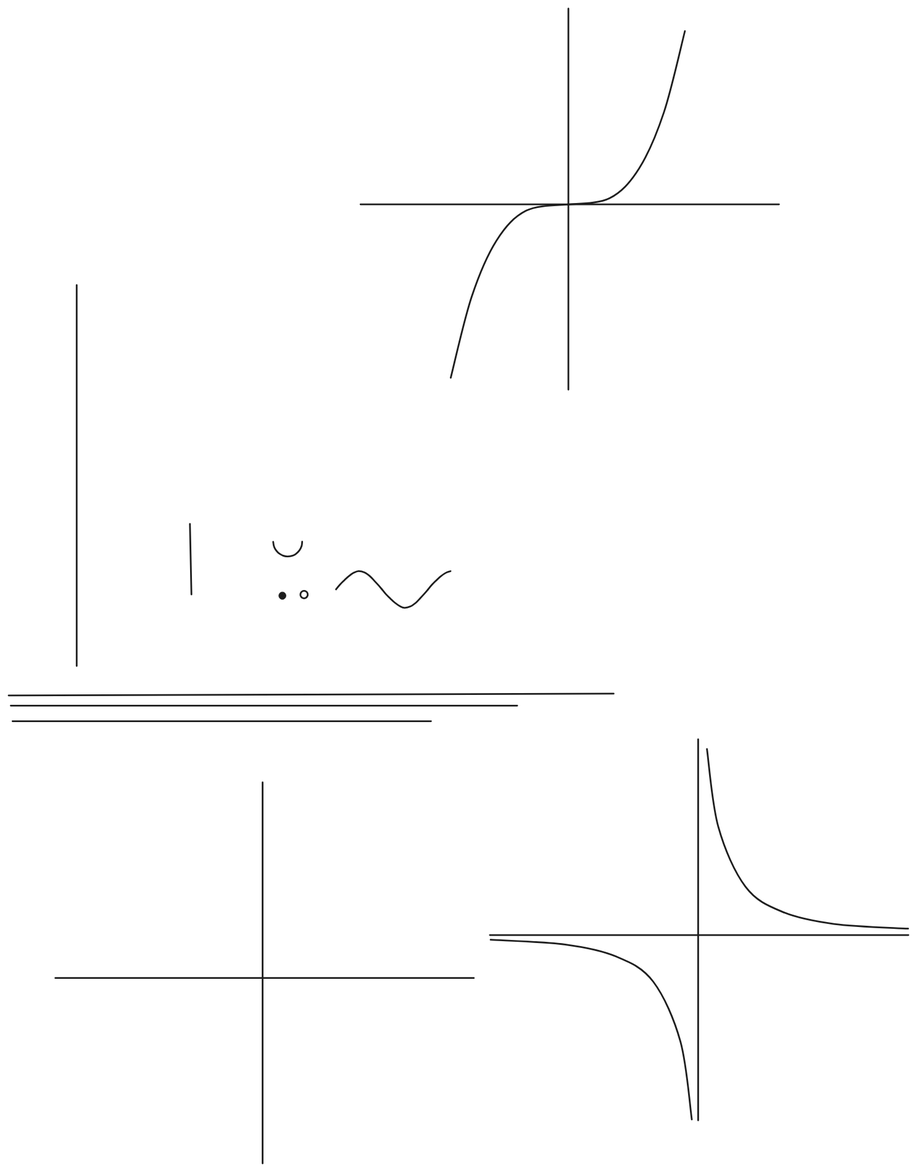
The Excalidraw diagram content/assets/aaa.excalidraw.svg in starlitriver/starlitriver.github.io, before a commit. Source tidied: one line per element, renumbered; positions are measured from the earlier drawing's top-left corner, leaving out a move shared by most shapes.
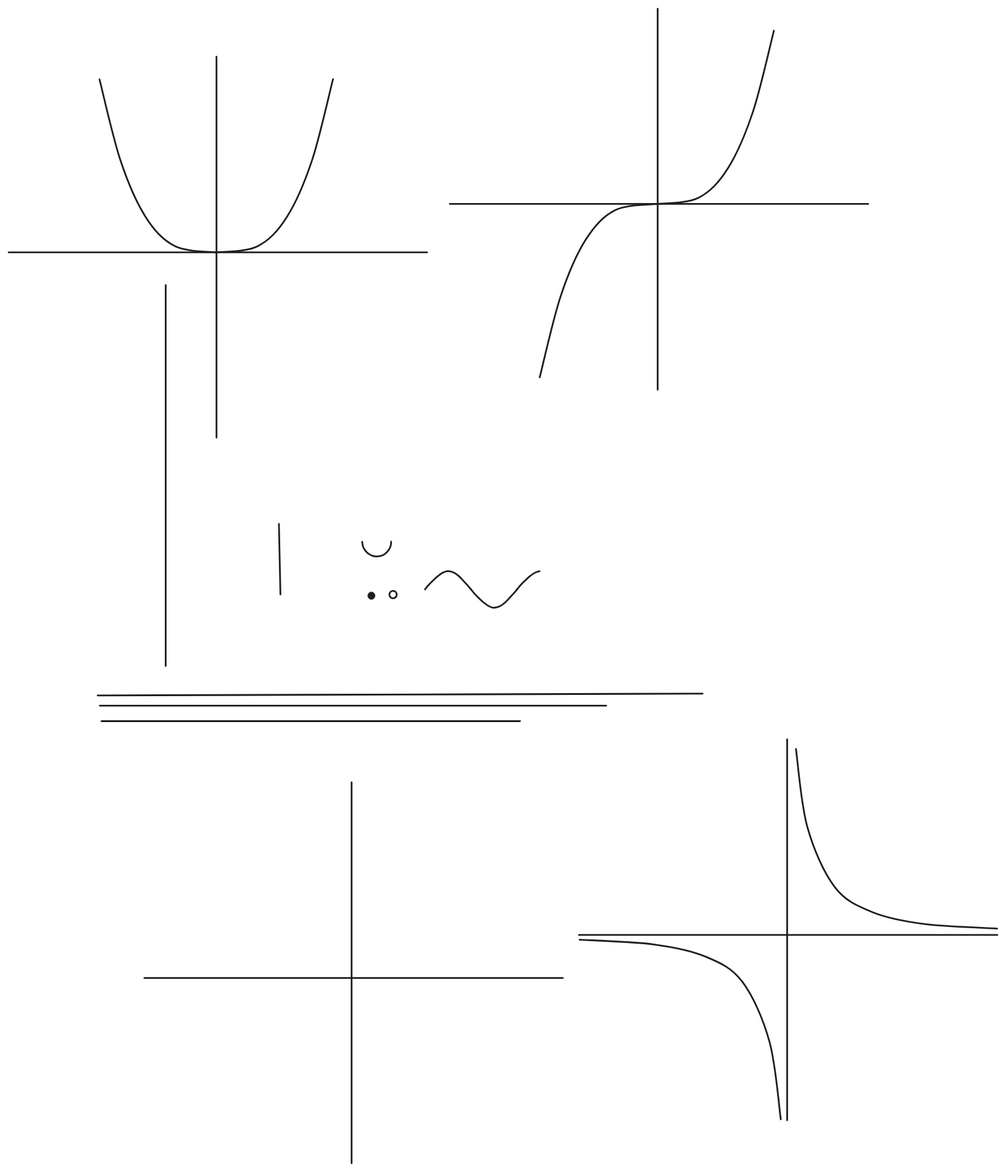
After the commit.

Change to the diagram source:
```diff
@@ -11,11 +11,15 @@
 {"id": 10, "type": "line", "strokeColor": "#1e1e1e", "strokeWidth": 2, "roughness": 0, "round": true, "x": 294, "y": 895, "width": 0, "height": 441, "points": [[0, 0], [0, 441]]}
 {"id": 11, "type": "line", "strokeColor": "#1e1e1e", "strokeWidth": 2, "roughness": 0, "round": true, "x": 54, "y": 1122, "width": 484, "height": 0, "points": [[0, 0], [484, 0]]}
 {"id": 12, "type": "line", "strokeColor": "#1e1e1e", "strokeWidth": 2, "roughness": 0, "round": true, "x": 648, "y": 0, "width": 0, "height": 441, "points": [[0, 0], [0, 441]]}
-{"id": 13, "type": "line", "strokeColor": "#1e1e1e", "strokeWidth": 2, "roughness": 0, "round": true, "x": 407, "y": 226, "width": 484, "height": 0, "points": [[0, 0], [484, 0]]}
+{"id": 13, "type": "line", "strokeColor": "#1e1e1e", "strokeWidth": 2, "roughness": 0, "round": true, "x": 408, "y": 226, "width": 484, "height": 0, "points": [[0, 0], [484, 0]]}
 {"id": 14, "type": "line", "strokeColor": "#1e1e1e", "strokeWidth": 2, "roughness": 0, "round": true, "x": 512, "y": 427, "width": 136, "height": 201, "points": [[0, 0], [24, -94], [53, -159], [87, -193], [136, -201]]}
-{"id": 15, "type": "line", "strokeColor": "#1e1e1e", "strokeWidth": 2, "roughness": 0, "round": true, "x": 783, "y": 26, "width": 136, "height": 201, "points": [[0, 0], [-24, 94], [-53, 159], [-87, 193], [-136, 201]]}
+{"id": 15, "type": "line", "strokeColor": "#1e1e1e", "strokeWidth": 2, "roughness": 0, "round": true, "x": 783, "y": 25, "width": 136, "height": 201, "points": [[0, 0], [-24, 94], [-53, 159], [-87, 193], [-136, 201]]}
 {"id": 16, "type": "line", "strokeColor": "#1e1e1e", "strokeWidth": 2, "roughness": 0, "round": true, "x": 798, "y": 846, "width": 0, "height": 441, "points": [[0, 0], [0, 441]]}
 {"id": 17, "type": "line", "strokeColor": "#1e1e1e", "strokeWidth": 2, "roughness": 0, "round": true, "x": 557, "y": 1072, "width": 484, "height": 0, "points": [[0, 0], [484, 0]]}
 {"id": 18, "type": "line", "strokeColor": "#1e1e1e", "strokeWidth": 2, "roughness": 0, "round": true, "x": 558, "y": 1078, "width": 233, "height": 208, "points": [[0, 0], [86, 5], [146, 20], [188, 49], [220, 118], [233, 208]]}
 {"id": 19, "type": "line", "strokeColor": "#1e1e1e", "strokeWidth": 2, "roughness": 0, "round": true, "x": 1041, "y": 1065, "width": 233, "height": 208, "points": [[0, 0], [-86, -5], [-146, -20], [-188, -49], [-220, -118], [-233, -208]]}
 {"id": 20, "type": "ellipse", "strokeColor": "#1e1e1e", "backgroundColor": "#1e1e1e", "fillStyle": "solid", "strokeWidth": 0.5, "roughness": 0, "round": true, "x": 313, "y": 675, "width": 8, "height": 9}
+{"id": 21, "type": "line", "strokeColor": "#1e1e1e", "strokeWidth": 2, "roughness": 0, "round": true, "x": 138, "y": 55, "width": 0, "height": 441, "points": [[0, 0], [0, 441]]}
+{"id": 22, "type": "line", "strokeColor": "#1e1e1e", "strokeWidth": 2, "roughness": 0, "round": true, "x": -103, "y": 282, "width": 484, "height": 0, "points": [[0, 0], [484, 0]]}
+{"id": 23, "type": "line", "strokeColor": "#1e1e1e", "strokeWidth": 2, "roughness": 0, "round": true, "x": 2, "y": 82, "width": 136, "height": 200, "points": [[0, 0], [24, 94], [53, 159], [87, 193], [136, 200]]}
+{"id": 24, "type": "line", "strokeColor": "#1e1e1e", "strokeWidth": 2, "roughness": 0, "round": true, "x": 272, "y": 82, "width": 136, "height": 201, "points": [[0, 0], [-24, 94], [-53, 159], [-87, 193], [-136, 201]]}
```
